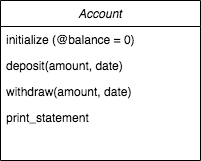
The draw.io diagram images/class_diagram.png in Dhara-95/bank_tech_test, before a commit. Source tidied: cells renumbered, new cells last; positions are measured from the earlier drawing's top-left corner, leaving out a move shared by most shapes.
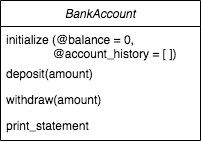
After the change.

What changed in the source:
```diff
@@ -2,20 +2,20 @@
   <root>
     <mxCell id="0" />
     <mxCell id="1" parent="0" />
-    <mxCell id="2" value="Account" style="swimlane;fontStyle=2;align=center;verticalAlign=top;horizontal=1;startSize=26;rounded=0;shadow=0;strokeWidth=1;" parent="1" vertex="1">
-      <mxGeometry width="200" height="160" as="geometry" />
+    <mxCell id="2" value="BankAccount" style="swimlane;fontStyle=2;align=center;verticalAlign=top;horizontal=1;startSize=26;rounded=0;shadow=0;strokeWidth=1;" parent="1" vertex="1">
+      <mxGeometry width="200" height="140" as="geometry" />
     </mxCell>
-    <mxCell id="3" value="initialize (@balance = 0)" style="text;align=left;verticalAlign=top;spacingLeft=4;spacingRight=4;overflow=hidden;rounded=0;shadow=0;html=0;" parent="2" vertex="1">
-      <mxGeometry y="26" width="200" height="26" as="geometry" />
+    <mxCell id="3" value="initialize (@balance = 0, &#10;              @account_history = [ ])&#10;&#10;" style="text;align=left;verticalAlign=top;spacingLeft=4;spacingRight=4;overflow=hidden;rounded=0;shadow=0;html=0;" parent="2" vertex="1">
+      <mxGeometry y="26" width="200" height="34" as="geometry" />
     </mxCell>
-    <mxCell id="4" value="deposit(amount, date)" style="text;align=left;verticalAlign=top;spacingLeft=4;spacingRight=4;overflow=hidden;" parent="2" vertex="1">
-      <mxGeometry y="52" width="200" height="26" as="geometry" />
+    <mxCell id="4" value="deposit(amount)" style="text;align=left;verticalAlign=top;spacingLeft=4;spacingRight=4;overflow=hidden;" parent="2" vertex="1">
+      <mxGeometry y="60" width="200" height="26" as="geometry" />
     </mxCell>
-    <mxCell id="5" value="withdraw(amount, date)" style="text;align=left;verticalAlign=top;spacingLeft=4;spacingRight=4;overflow=hidden;rounded=0;shadow=0;html=0;" parent="2" vertex="1">
-      <mxGeometry y="78" width="200" height="26" as="geometry" />
+    <mxCell id="5" value="withdraw(amount)&#10;&#10;prin" style="text;align=left;verticalAlign=top;spacingLeft=4;spacingRight=4;overflow=hidden;rounded=0;shadow=0;html=0;" parent="2" vertex="1">
+      <mxGeometry y="86" width="200" height="26" as="geometry" />
     </mxCell>
     <mxCell id="6" value="print_statement" style="text;align=left;verticalAlign=top;spacingLeft=4;spacingRight=4;overflow=hidden;rounded=0;shadow=0;html=0;" parent="2" vertex="1">
-      <mxGeometry y="104" width="200" height="26" as="geometry" />
+      <mxGeometry y="112" width="200" height="26" as="geometry" />
     </mxCell>
   </root>
 </mxGraphModel>
```
